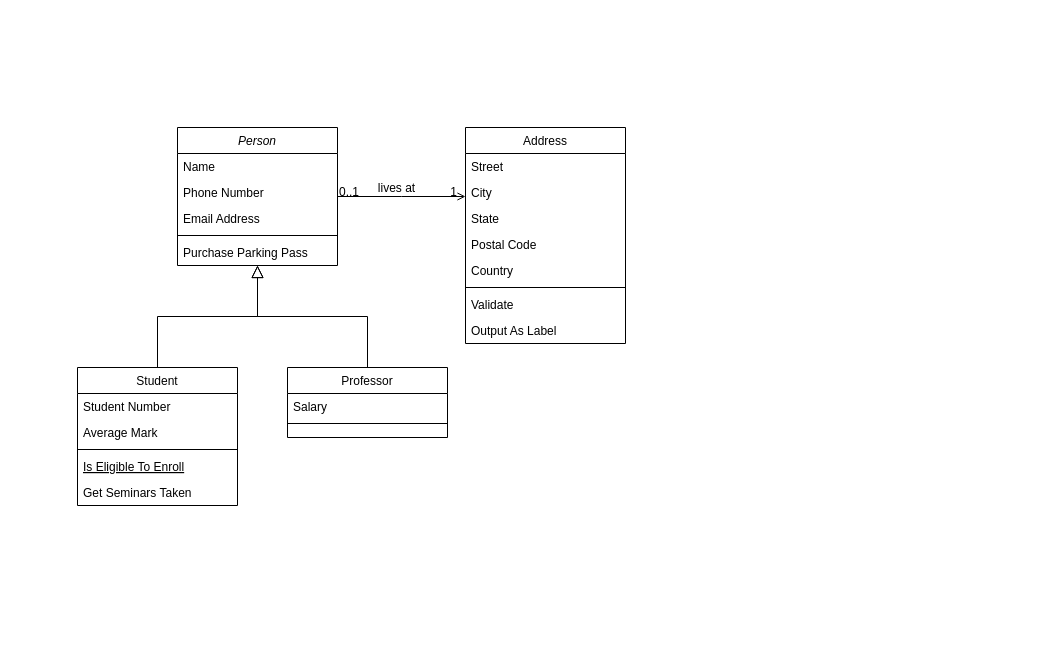
The draw.io diagram CreditTask6.2/AdvanceWarsUML.drawio in Panzer04/COS20007, before the edit. Source tidied: cells renumbered, new cells numbered last; positions are measured from the earlier drawing's top-left corner, leaving out a move shared by most shapes. Both pictures are drawn from the tidied source at 100%, with x=0, y=0 at pixel (77, 127).
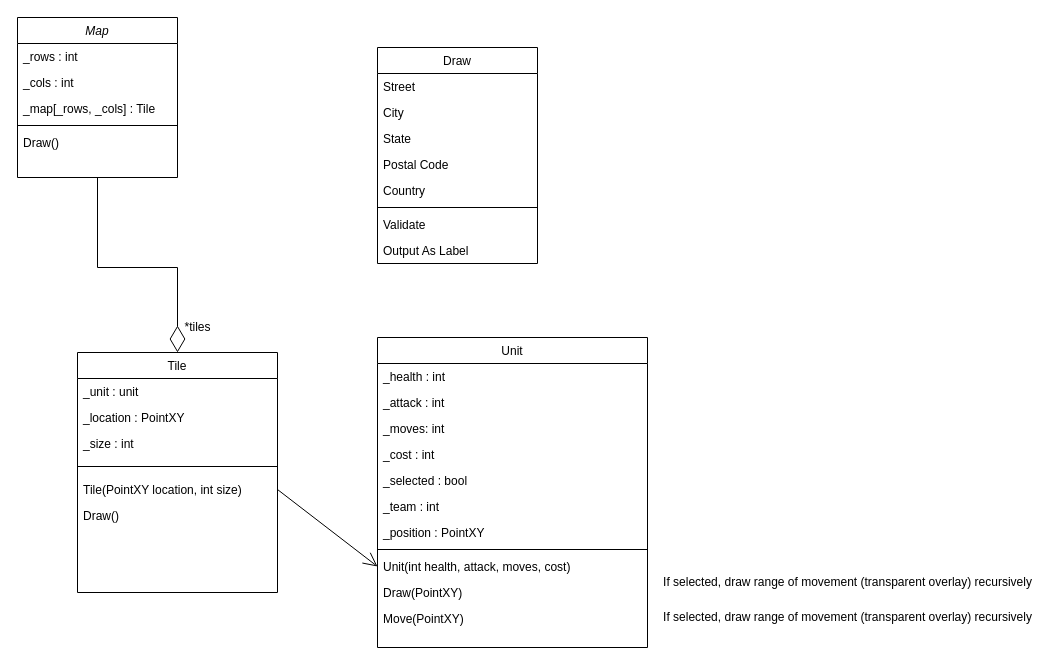
The same page after the edit.

Commit message (it also covers changes not shown here):
UML updates for credit task

Diff of the diagram source:
```diff
@@
-    <mxCell id="2" value="Person" style="swimlane;fontStyle=2;align=center;verticalAlign=top;horizontal=1;startSize=26;rounded=0;shadow=0;strokeWidth=1;" parent="1" vertex="1">
-      <mxGeometry x="100" width="160" height="138" as="geometry" />
+    <mxCell id="2" value="Map" style="swimlane;fontStyle=2;align=center;verticalAlign=top;horizontal=1;startSize=26;rounded=0;shadow=0;strokeWidth=1;" parent="1" vertex="1">
+      <mxGeometry x="-60" y="-110" width="160" height="160" as="geometry" />
     </mxCell>
-    <mxCell id="3" value="Name" style="text;align=left;verticalAlign=top;spacingLeft=4;spacingRight=4;overflow=hidden;" parent="2" vertex="1">
+    <mxCell id="3" value="_rows : int" style="text;align=left;verticalAlign=top;spacingLeft=4;spacingRight=4;overflow=hidden;" parent="2" vertex="1">
       <mxGeometry y="26" width="160" height="26" as="geometry" />
     </mxCell>
-    <mxCell id="4" value="Phone Number" style="text;align=left;verticalAlign=top;spacingLeft=4;spacingRight=4;overflow=hidden;rounded=0;shadow=0;html=0;" parent="2" vertex="1">
+    <mxCell id="4" value="_cols : int" style="text;align=left;verticalAlign=top;spacingLeft=4;spacingRight=4;overflow=hidden;rounded=0;shadow=0;html=0;" parent="2" vertex="1">
       <mxGeometry y="52" width="160" height="26" as="geometry" />
     </mxCell>
-    <mxCell id="5" value="Email Address" style="text;align=left;verticalAlign=top;spacingLeft=4;spacingRight=4;overflow=hidden;rounded=0;shadow=0;html=0;" parent="2" vertex="1">
+    <mxCell id="5" value="_map[_rows, _cols] : Tile" style="text;align=left;verticalAlign=top;spacingLeft=4;spacingRight=4;overflow=hidden;rounded=0;shadow=0;html=0;" parent="2" vertex="1">
       <mxGeometry y="78" width="160" height="26" as="geometry" />
     </mxCell>
@@
-    <mxCell id="7" value="Purchase Parking Pass" style="text;align=left;verticalAlign=top;spacingLeft=4;spacingRight=4;overflow=hidden;" parent="2" vertex="1">
-      <mxGeometry y="112" width="160" height="26" as="geometry" />
-    </mxCell>
+    <mxCell id="32" value="Draw()" style="text;align=left;verticalAlign=top;spacingLeft=4;spacingRight=4;overflow=hidden;" parent="2" vertex="1">
+      <mxGeometry y="112" width="160" height="26" as="geometry" />
+    </mxCell>
-    <mxCell id="8" value="Student" style="swimlane;fontStyle=0;align=center;verticalAlign=top;horizontal=1;startSize=26;rounded=0;shadow=0;strokeWidth=1;" parent="1" vertex="1">
-      <mxGeometry y="240" width="160" height="138" as="geometry" />
+    <mxCell id="8" value="Tile" style="swimlane;fontStyle=0;align=center;verticalAlign=top;horizontal=1;startSize=26;rounded=0;shadow=0;strokeWidth=1;" parent="1" vertex="1">
+      <mxGeometry y="225" width="200" height="240" as="geometry" />
     </mxCell>
-    <mxCell id="9" value="Student Number" style="text;align=left;verticalAlign=top;spacingLeft=4;spacingRight=4;overflow=hidden;" parent="8" vertex="1">
-      <mxGeometry y="26" width="160" height="26" as="geometry" />
+    <mxCell id="9" value="_unit : unit" style="text;align=left;verticalAlign=top;spacingLeft=4;spacingRight=4;overflow=hidden;" parent="8" vertex="1">
+      <mxGeometry y="26" width="200" height="26" as="geometry" />
     </mxCell>
-    <mxCell id="10" value="Average Mark" style="text;align=left;verticalAlign=top;spacingLeft=4;spacingRight=4;overflow=hidden;rounded=0;shadow=0;html=0;" parent="8" vertex="1">
-      <mxGeometry y="52" width="160" height="26" as="geometry" />
+    <mxCell id="10" value="_location : PointXY" style="text;align=left;verticalAlign=top;spacingLeft=4;spacingRight=4;overflow=hidden;rounded=0;shadow=0;html=0;" parent="8" vertex="1">
+      <mxGeometry y="52" width="200" height="26" as="geometry" />
     </mxCell>
+    <mxCell id="33" value="_size : int" style="text;align=left;verticalAlign=top;spacingLeft=4;spacingRight=4;overflow=hidden;rounded=0;shadow=0;html=0;" parent="8" vertex="1">
+      <mxGeometry y="78" width="200" height="26" as="geometry" />
+    </mxCell>
     <mxCell id="11" style="line;html=1;strokeWidth=1;align=left;verticalAlign=middle;spacingTop=-1;spacingLeft=3;spacingRight=3;labelPosition=right;" parent="8" vertex="1">
-      <mxGeometry y="78" width="160" height="8" as="geometry" />
+      <mxGeometry y="104" width="200" height="20" as="geometry" />
     </mxCell>
-    <mxCell id="12" value="Is Eligible To Enroll" style="text;align=left;verticalAlign=top;spacingLeft=4;spacingRight=4;overflow=hidden;fontStyle=4;" parent="8" vertex="1">
-      <mxGeometry y="86" width="160" height="26" as="geometry" />
-    </mxCell>
-    <mxCell id="13" value="Get Seminars Taken" style="text;align=left;verticalAlign=top;spacingLeft=4;spacingRight=4;overflow=hidden;" parent="8" vertex="1">
-      <mxGeometry y="112" width="160" height="26" as="geometry" />
-    </mxCell>
-    <mxCell id="14" style="endArrow=block;endSize=10;endFill=0;shadow=0;strokeWidth=1;rounded=0;edgeStyle=elbowEdgeStyle;elbow=vertical;" parent="1" edge="1" source="8" target="2">
-      <mxGeometry relative="1" as="geometry" />
-    </mxCell>
+    <mxCell id="34" value="Tile(PointXY location, int size)" style="text;align=left;verticalAlign=top;spacingLeft=4;spacingRight=4;overflow=hidden;points=[[0,0.5],[1,0.5]];portConstraint=eastwest;rounded=0;shadow=0;html=0;" parent="8" vertex="1">
+      <mxGeometry y="124" width="200" height="26" as="geometry" />
+    </mxCell>
+    <mxCell id="35" value="Draw()" style="text;align=left;verticalAlign=top;spacingLeft=4;spacingRight=4;overflow=hidden;rounded=0;shadow=0;html=0;" parent="8" vertex="1">
+      <mxGeometry y="150" width="200" height="26" as="geometry" />
+    </mxCell>
-    <mxCell id="15" value="Professor" style="swimlane;fontStyle=0;align=center;verticalAlign=top;horizontal=1;startSize=26;rounded=0;shadow=0;strokeWidth=1;" parent="1" vertex="1">
-      <mxGeometry x="210" y="240" width="160" height="70" as="geometry" />
+    <mxCell id="15" value="Unit" style="swimlane;fontStyle=0;align=center;verticalAlign=top;horizontal=1;startSize=26;rounded=0;shadow=0;strokeWidth=1;" parent="1" vertex="1">
+      <mxGeometry x="300" y="210" width="270" height="310" as="geometry" />
     </mxCell>
-    <mxCell id="16" value="Salary" style="text;align=left;verticalAlign=top;spacingLeft=4;spacingRight=4;overflow=hidden;" parent="15" vertex="1">
-      <mxGeometry y="26" width="160" height="26" as="geometry" />
+    <mxCell id="16" value="_health : int&#10;" style="text;align=left;verticalAlign=top;spacingLeft=4;spacingRight=4;overflow=hidden;" parent="15" vertex="1">
+      <mxGeometry y="26" width="270" height="26" as="geometry" />
     </mxCell>
+    <mxCell id="36" value="_attack : int" style="text;align=left;verticalAlign=top;spacingLeft=4;spacingRight=4;overflow=hidden;" parent="15" vertex="1">
+      <mxGeometry y="52" width="270" height="26" as="geometry" />
+    </mxCell>
+    <mxCell id="37" value="_moves: int" style="text;align=left;verticalAlign=top;spacingLeft=4;spacingRight=4;overflow=hidden;" parent="15" vertex="1">
+      <mxGeometry y="78" width="270" height="26" as="geometry" />
+    </mxCell>
+    <mxCell id="38" value="_cost : int" style="text;align=left;verticalAlign=top;spacingLeft=4;spacingRight=4;overflow=hidden;" parent="15" vertex="1">
+      <mxGeometry y="104" width="270" height="26" as="geometry" />
+    </mxCell>
+    <mxCell id="39" value="_selected : bool" style="text;align=left;verticalAlign=top;spacingLeft=4;spacingRight=4;overflow=hidden;" parent="15" vertex="1">
+      <mxGeometry y="130" width="270" height="26" as="geometry" />
+    </mxCell>
+    <mxCell id="40" value="_team : int" style="text;align=left;verticalAlign=top;spacingLeft=4;spacingRight=4;overflow=hidden;" parent="15" vertex="1">
+      <mxGeometry y="156" width="270" height="26" as="geometry" />
+    </mxCell>
+    <mxCell id="41" value="_position : PointXY" style="text;align=left;verticalAlign=top;spacingLeft=4;spacingRight=4;overflow=hidden;" parent="15" vertex="1">
+      <mxGeometry y="182" width="270" height="26" as="geometry" />
+    </mxCell>
     <mxCell id="17" style="line;html=1;strokeWidth=1;align=left;verticalAlign=middle;spacingTop=-1;spacingLeft=3;spacingRight=3;labelPosition=right;" parent="15" vertex="1">
-      <mxGeometry y="52" width="160" height="8" as="geometry" />
+      <mxGeometry y="208" width="270" height="8" as="geometry" />
     </mxCell>
-    <mxCell id="18" style="endArrow=block;endSize=10;endFill=0;shadow=0;strokeWidth=1;rounded=0;edgeStyle=elbowEdgeStyle;elbow=vertical;" parent="1" edge="1" source="15" target="2">
-      <mxGeometry relative="1" as="geometry" />
-    </mxCell>
+    <mxCell id="42" value="Unit(int health, attack, moves, cost)" style="text;align=left;verticalAlign=top;spacingLeft=4;spacingRight=4;overflow=hidden;points=[[0,0.5],[1,0.5]];portConstraint=eastwest;" parent="15" vertex="1">
+      <mxGeometry y="216" width="270" height="26" as="geometry" />
+    </mxCell>
+    <mxCell id="43" value="Draw(PointXY)" style="text;align=left;verticalAlign=top;spacingLeft=4;spacingRight=4;overflow=hidden;" parent="15" vertex="1">
+      <mxGeometry y="242" width="270" height="26" as="geometry" />
+    </mxCell>
+    <mxCell id="44" value="Move(PointXY)" style="text;align=left;verticalAlign=top;spacingLeft=4;spacingRight=4;overflow=hidden;" parent="15" vertex="1">
+      <mxGeometry y="268" width="270" height="26" as="geometry" />
+    </mxCell>
-    <mxCell id="19" value="Address" style="swimlane;fontStyle=0;align=center;verticalAlign=top;horizontal=1;startSize=26;rounded=0;shadow=0;strokeWidth=1;" parent="1" vertex="1">
-      <mxGeometry x="388" width="160" height="216" as="geometry" />
+    <mxCell id="19" value="Draw" style="swimlane;fontStyle=0;align=center;verticalAlign=top;horizontal=1;startSize=26;rounded=0;shadow=0;strokeWidth=1;" parent="1" vertex="1">
+      <mxGeometry x="300" y="-80" width="160" height="216" as="geometry" />
     </mxCell>
@@
-    <mxCell id="28" style="endArrow=open;shadow=0;strokeWidth=1;rounded=0;endFill=1;edgeStyle=elbowEdgeStyle;elbow=vertical;" parent="1" edge="1" source="2" target="19">
-      <mxGeometry x="0.5" y="41" relative="1" as="geometry">
-        <mxPoint x="-40" y="32" as="offset" />
-      </mxGeometry>
-    </mxCell>
-    <mxCell id="29" value="0..1" style="align=left;verticalAlign=bottom;labelBackgroundColor=none;fontSize=12;" parent="28" vertex="1">
-      <mxGeometry x="-1" relative="1" as="geometry">
-        <mxPoint y="4" as="offset" />
-      </mxGeometry>
-    </mxCell>
-    <mxCell id="30" value="1" style="align=right;verticalAlign=bottom;labelBackgroundColor=none;fontSize=12;" parent="28" vertex="1">
-      <mxGeometry x="1" relative="1" as="geometry">
-        <mxPoint x="-7" y="4" as="offset" />
-      </mxGeometry>
-    </mxCell>
-    <mxCell id="31" value="lives at" style="text;html=1;align=center;verticalAlign=middle;labelBackgroundColor=none;rounded=0;shadow=0;strokeWidth=1;fontSize=12;" parent="28" vertex="1">
-      <mxGeometry x="0.5" y="49" relative="1" as="geometry">
-        <mxPoint x="-38" y="40" as="offset" />
-      </mxGeometry>
-    </mxCell>
+    <mxCell id="45" style="endArrow=diamondThin;endFill=0;endSize=24;html=1;exitX=0.5;exitY=1;exitDx=0;exitDy=0;entryX=0.5;entryY=0;entryDx=0;entryDy=0;rounded=0;" parent="1" edge="1" source="2" target="8">
+      <mxGeometry relative="1" as="geometry">
+        <Array as="points">
+          <mxPoint x="20" y="140" />
+          <mxPoint x="100" y="140" />
+        </Array>
+      </mxGeometry>
+    </mxCell>
+    <mxCell id="46" value="*tiles" style="text;html=1;align=center;verticalAlign=middle;strokeColor=none;" parent="1" vertex="1">
+      <mxGeometry x="100" y="190" width="40" height="20" as="geometry" />
+    </mxCell>
+    <mxCell id="47" style="endArrow=open;endFill=1;endSize=12;html=1;exitX=1;exitY=0.5;exitDx=0;exitDy=0;entryX=0;entryY=0.5;entryDx=0;entryDy=0;" parent="1" edge="1" source="34" target="42">
+      <mxGeometry relative="1" as="geometry" />
+    </mxCell>
+    <mxCell id="48" value="If selected, draw range of movement (transparent overlay) recursively" style="text;html=1;align=center;verticalAlign=middle;strokeColor=none;" parent="1" vertex="1">
+      <mxGeometry x="580" y="445" width="380" height="20" as="geometry" />
+    </mxCell>
+    <mxCell id="49" value="If selected, draw range of movement (transparent overlay) recursively" style="text;html=1;align=center;verticalAlign=middle;strokeColor=none;" parent="1" vertex="1">
+      <mxGeometry x="580" y="480" width="380" height="20" as="geometry" />
+    </mxCell>
```
